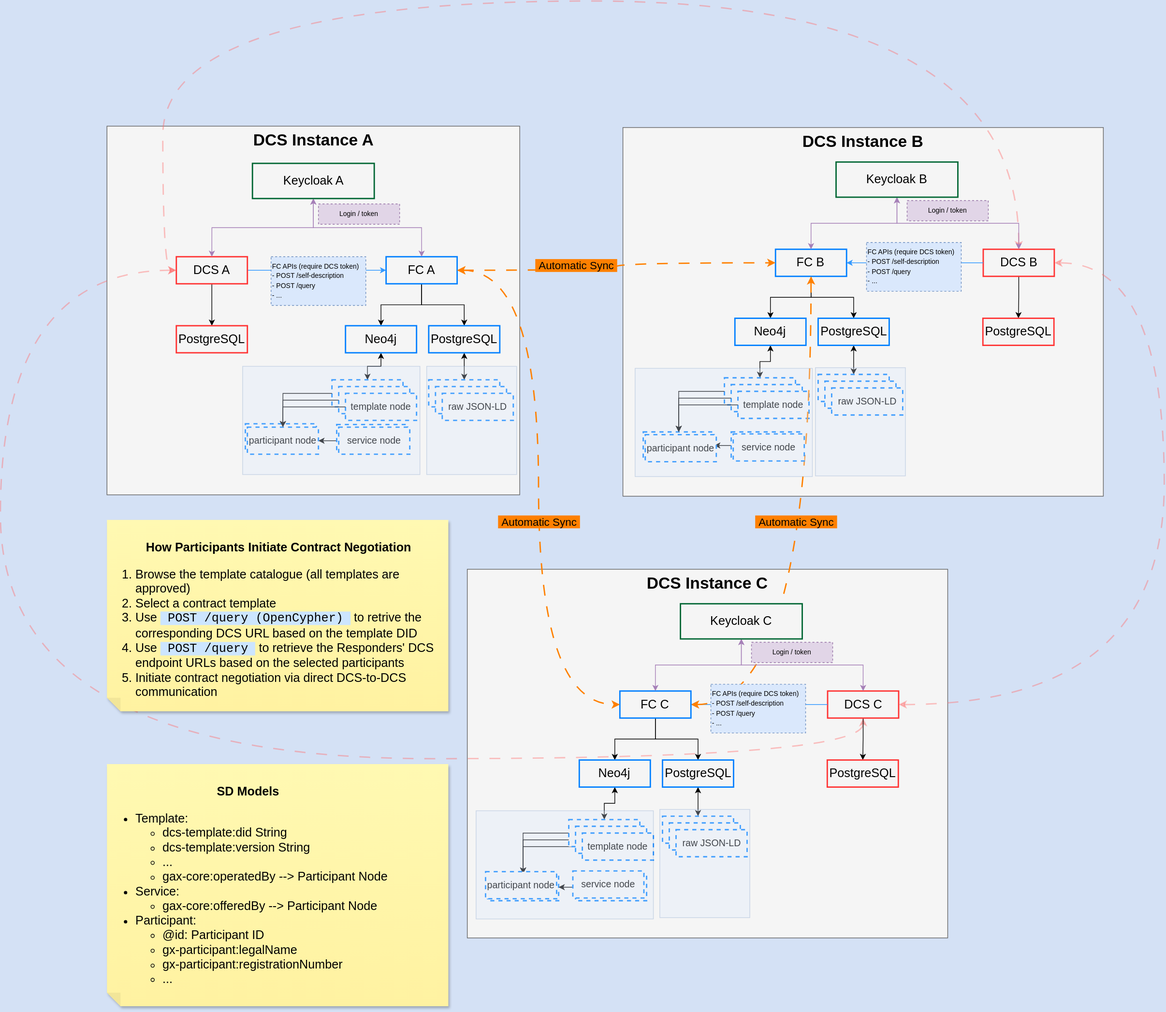
This is docs/fc-integration/dcs_fc_instances.svg from dasimonde/facis-dcs, a draw.io export, as it was before one commit. Source tidied: cells renumbered, new cells last; positions are measured from the earlier drawing's top-left corner, leaving out a move shared by most shapes.
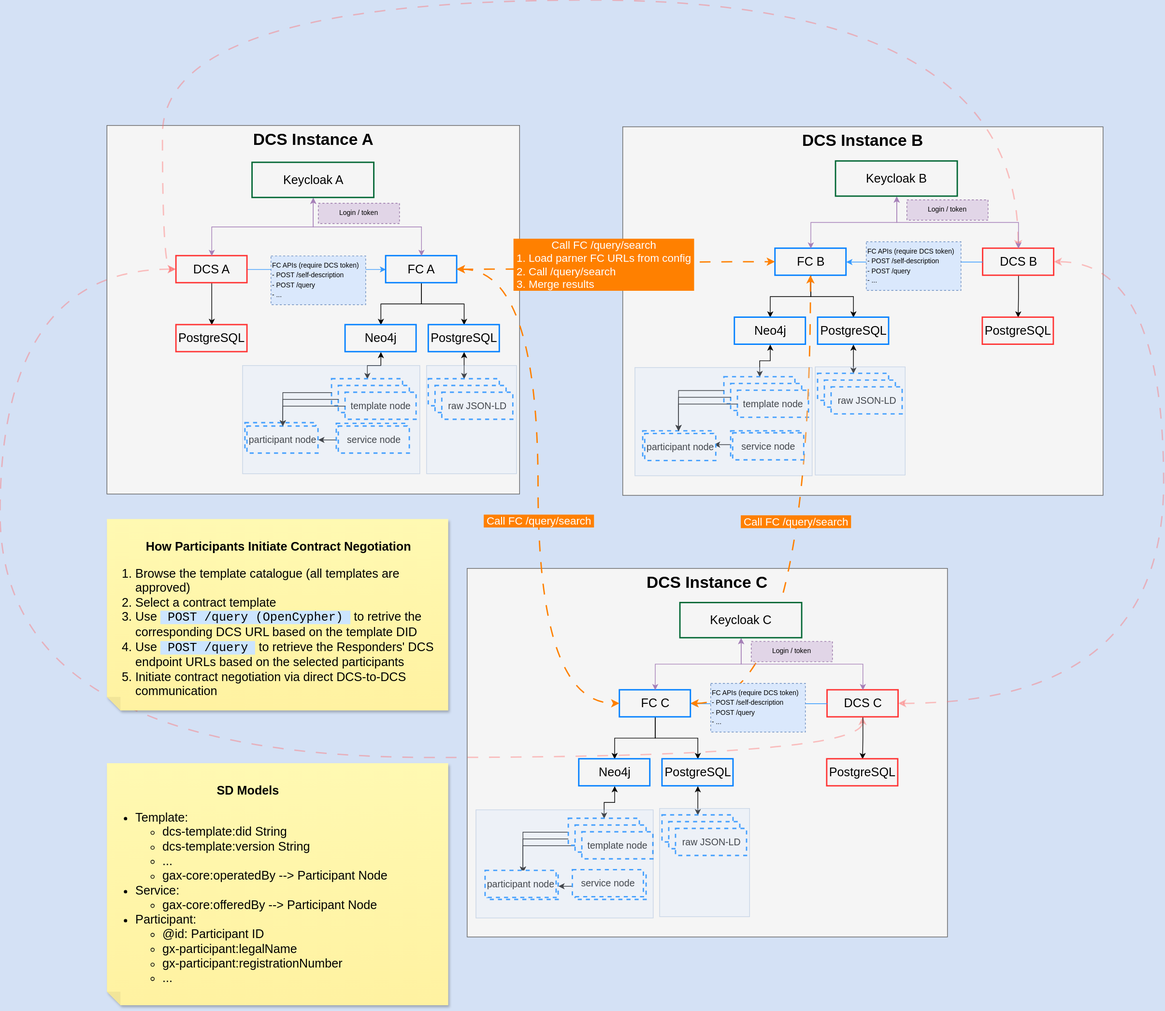
Later version of the same file.

The edit, as a diff of the source:
```diff
@@ -215,9 +215,9 @@
     <mxCell id="68" style="edgeStyle=orthogonalEdgeStyle;rounded=0;jettySize=auto;html=1;entryX=0;entryY=0.5;entryDx=0;entryDy=0;curved=1;strokeColor=#FF8000;strokeWidth=2;startArrow=classic;startFill=1;dashed=1;dashPattern=8 8;" parent="1" edge="1" source="13" target="43">
       <mxGeometry relative="1" as="geometry" />
     </mxCell>
-    <mxCell id="69" value="&amp;nbsp;Automatic Sync&amp;nbsp;" style="edgeLabel;html=1;align=center;verticalAlign=middle;labelBackgroundColor=#FF8000;spacingLeft=102;spacingBottom=5;fontSize=16;" parent="68" vertex="1">
+    <mxCell id="69" value="&amp;nbsp;Call FC /query/search&amp;nbsp;&lt;div&gt;&amp;nbsp;1. Load parner FC URLs from config&amp;nbsp;&lt;/div&gt;&lt;div style=&quot;text-align: left;&quot;&gt;&amp;nbsp;2. Call /query/search&lt;/div&gt;&lt;div style=&quot;text-align: left;&quot;&gt;&amp;nbsp;3. Merge results&lt;/div&gt;" style="edgeLabel;html=1;align=center;verticalAlign=middle;labelBackgroundColor=#FF8000;spacingLeft=102;spacingBottom=5;fontSize=16;fontColor=#FFFFFF;spacingTop=0;" parent="68" vertex="1">
       <mxGeometry x="-0.18" y="4" relative="1" as="geometry">
-        <mxPoint x="-71" y="-1" as="offset" />
+        <mxPoint x="-31" y="-1" as="offset" />
       </mxGeometry>
     </mxCell>
     <mxCell id="70" style="edgeStyle=orthogonalEdgeStyle;rounded=0;jettySize=auto;html=1;entryX=0.5;entryY=0;entryDx=0;entryDy=0;fontColor=#000000;strokeColor=#000000;" parent="1" edge="1" source="72" target="73">
@@ -249,7 +249,7 @@
     <mxCell id="77" style="edgeStyle=orthogonalEdgeStyle;rounded=0;jettySize=auto;html=1;entryX=0.5;entryY=1;entryDx=0;entryDy=0;curved=1;startArrow=classic;startFill=1;strokeWidth=2;strokeColor=#FF8000;dashed=1;dashPattern=8 8;" parent="1" edge="1" source="79" target="43">
       <mxGeometry relative="1" as="geometry" />
     </mxCell>
-    <mxCell id="78" value="&lt;span style=&quot;font-size: 16px;&quot;&gt;&amp;nbsp;Automatic Sync&amp;nbsp;&lt;/span&gt;" style="edgeLabel;html=1;align=center;verticalAlign=middle;labelBackgroundColor=#FF8000;" parent="77" vertex="1">
+    <mxCell id="78" value="&lt;span style=&quot;font-size: 16px;&quot;&gt;&amp;nbsp;Call FC /query/search&amp;nbsp;&lt;/span&gt;" style="edgeLabel;html=1;align=center;verticalAlign=middle;labelBackgroundColor=#FF8000;fontColor=#FFFFFF;spacingTop=0;" parent="77" vertex="1">
       <mxGeometry x="0.16" y="20" relative="1" as="geometry">
         <mxPoint x="-3" y="23" as="offset" />
       </mxGeometry>
@@ -317,7 +317,7 @@
     <mxCell id="99" style="edgeStyle=orthogonalEdgeStyle;rounded=0;jettySize=auto;html=1;entryX=0;entryY=0.5;entryDx=0;entryDy=0;curved=1;strokeColor=#FF8000;strokeWidth=2;startArrow=classic;startFill=1;dashed=1;dashPattern=8 8;" parent="1" edge="1" source="13" target="79">
       <mxGeometry relative="1" as="geometry" />
     </mxCell>
-    <mxCell id="100" value="&lt;span style=&quot;font-size: 16px;&quot;&gt;&amp;nbsp;Automatic Sync&amp;nbsp;&lt;/span&gt;" style="edgeLabel;html=1;align=center;verticalAlign=middle;labelBackgroundColor=#FF8000;" parent="99" vertex="1">
+    <mxCell id="100" value="&lt;span style=&quot;font-size: 16px;&quot;&gt;&amp;nbsp;Call FC /query/search&amp;nbsp;&lt;/span&gt;" style="edgeLabel;html=1;align=center;verticalAlign=middle;labelBackgroundColor=#FF8000;fontColor=#FFFFFF;spacingTop=0;" parent="99" vertex="1">
       <mxGeometry x="-0.01" relative="1" as="geometry">
         <mxPoint y="56" as="offset" />
       </mxGeometry>
```
